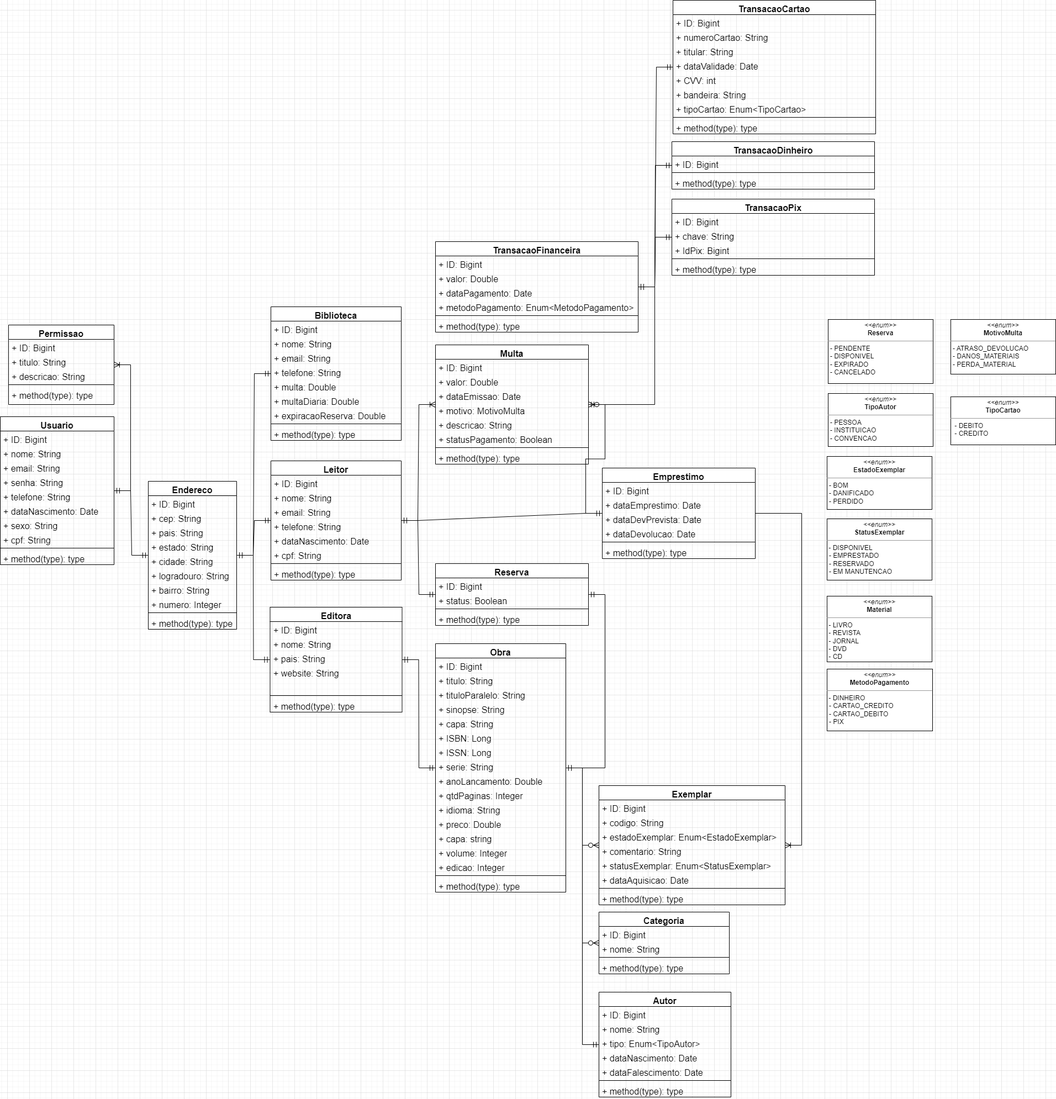
Earlier version of the draw.io export assets/Biblitech diagrama de classe.png (Algorithm-Aces/BiblioTech). Source tidied: cells renumbered, new cells last; positions are measured from the earlier drawing's top-left corner, leaving out a move shared by most shapes.
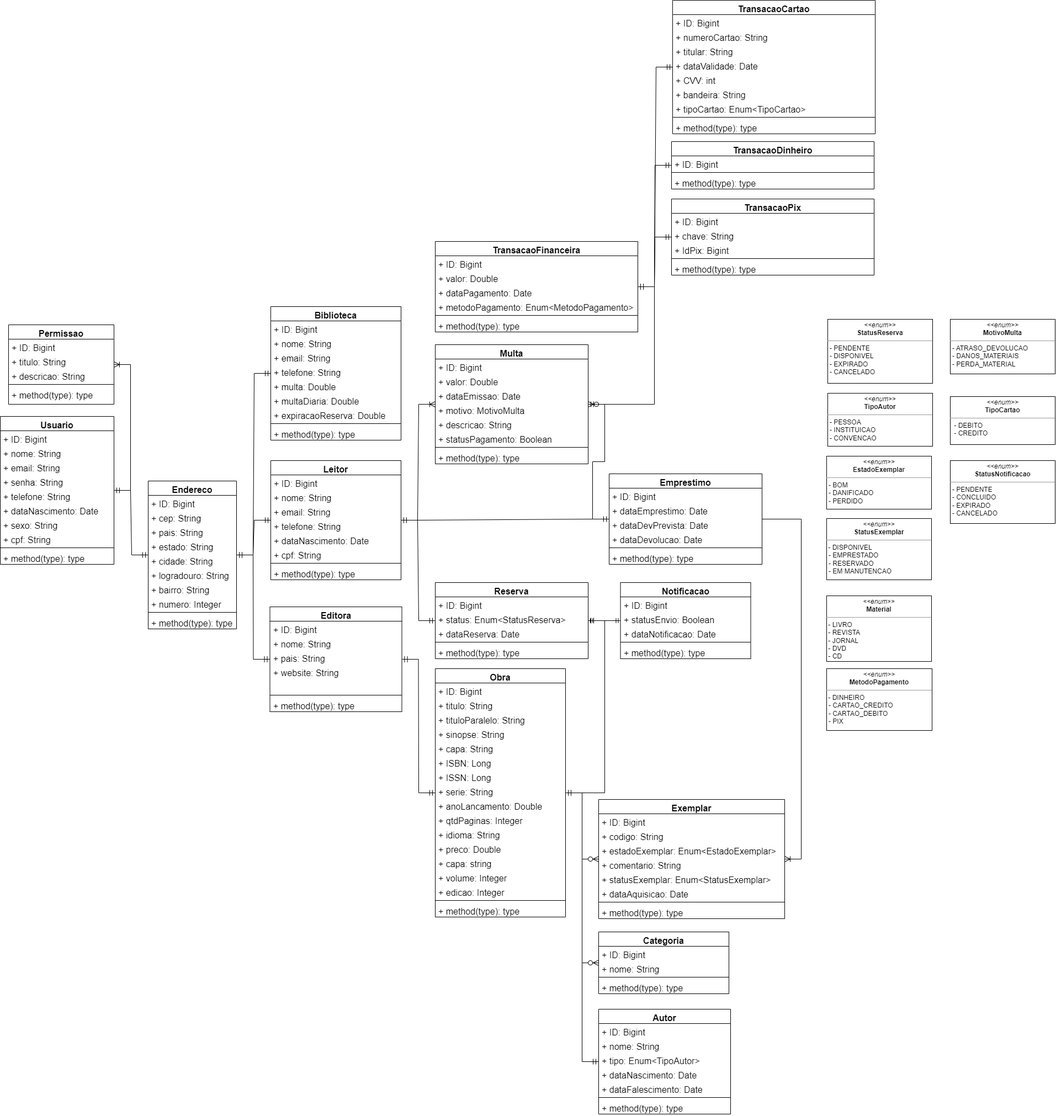
After the change.

What changed in the source:
```diff
@@ -123,7 +123,7 @@
       <mxGeometry relative="1" as="geometry" />
     </mxCell>
     <mxCell id="42" value="Exemplar" style="swimlane;fontStyle=1;align=center;verticalAlign=top;horizontal=1;startSize=26;whiteSpace=wrap;html=1;fontSize=16;" parent="1" vertex="1">
-      <mxGeometry x="1084" y="1422" width="337" height="216" as="geometry" />
+      <mxGeometry x="1084" y="1448" width="337" height="216" as="geometry" />
     </mxCell>
     <mxCell id="43" value="+ ID: Bigint" style="text;strokeColor=none;fillColor=none;align=left;verticalAlign=top;spacingLeft=4;spacingRight=4;overflow=hidden;whiteSpace=wrap;html=1;fontSize=16;" parent="42" vertex="1">
       <mxGeometry y="26" width="337" height="26" as="geometry" />
@@ -180,7 +180,7 @@
       <mxGeometry relative="1" as="geometry" />
     </mxCell>
     <mxCell id="61" value="Obra" style="swimlane;fontStyle=1;align=center;verticalAlign=top;horizontal=1;startSize=26;whiteSpace=wrap;html=1;fontSize=16;" parent="1" vertex="1">
-      <mxGeometry x="788" y="1165" width="236" height="450" as="geometry" />
+      <mxGeometry x="788" y="1211" width="236" height="450" as="geometry" />
     </mxCell>
     <mxCell id="62" value="+ ID: Bigint" style="text;strokeColor=none;fillColor=none;align=left;verticalAlign=top;spacingLeft=4;spacingRight=4;overflow=hidden;whiteSpace=wrap;html=1;fontSize=16;" parent="61" vertex="1">
       <mxGeometry y="26" width="236" height="26" as="geometry" />
@@ -237,7 +237,7 @@
       <mxGeometry relative="1" as="geometry" />
     </mxCell>
     <mxCell id="80" value="Autor" style="swimlane;fontStyle=1;align=center;verticalAlign=top;horizontal=1;startSize=26;whiteSpace=wrap;html=1;fontSize=16;" parent="1" vertex="1">
-      <mxGeometry x="1084" y="1796" width="239" height="190" as="geometry" />
+      <mxGeometry x="1084" y="1828" width="239" height="190" as="geometry" />
     </mxCell>
     <mxCell id="81" value="+ ID: Bigint" style="text;strokeColor=none;fillColor=none;align=left;verticalAlign=top;spacingLeft=4;spacingRight=4;overflow=hidden;whiteSpace=wrap;html=1;fontSize=16;" parent="80" vertex="1">
       <mxGeometry y="26" width="239" height="26" as="geometry" />
@@ -261,7 +261,7 @@
       <mxGeometry y="164" width="239" height="26" as="geometry" />
     </mxCell>
     <mxCell id="88" value="Categoria" style="swimlane;fontStyle=1;align=center;verticalAlign=top;horizontal=1;startSize=26;whiteSpace=wrap;html=1;fontSize=16;" parent="1" vertex="1">
-      <mxGeometry x="1084" y="1651" width="236" height="112" as="geometry" />
+      <mxGeometry x="1084" y="1688" width="236" height="112" as="geometry" />
     </mxCell>
     <mxCell id="89" value="+ ID: Bigint" style="text;strokeColor=none;fillColor=none;align=left;verticalAlign=top;spacingLeft=4;spacingRight=4;overflow=hidden;whiteSpace=wrap;html=1;fontSize=16;" parent="88" vertex="1">
       <mxGeometry y="26" width="236" height="26" as="geometry" />
@@ -321,7 +321,7 @@
       <mxGeometry relative="1" as="geometry" />
     </mxCell>
     <mxCell id="108" value="Emprestimo" style="swimlane;fontStyle=1;align=center;verticalAlign=top;horizontal=1;startSize=26;whiteSpace=wrap;html=1;fontSize=16;" parent="1" vertex="1">
-      <mxGeometry x="1090" y="847" width="277" height="164" as="geometry" />
+      <mxGeometry x="1103" y="858" width="277" height="164" as="geometry" />
     </mxCell>
     <mxCell id="109" value="+ ID: Bigint" style="text;strokeColor=none;fillColor=none;align=left;verticalAlign=top;spacingLeft=4;spacingRight=4;overflow=hidden;whiteSpace=wrap;html=1;fontSize=16;" parent="108" vertex="1">
       <mxGeometry y="26" width="277" height="26" as="geometry" />
@@ -348,21 +348,24 @@
       <mxGeometry relative="1" as="geometry" />
     </mxCell>
     <mxCell id="117" value="Reserva" style="swimlane;fontStyle=1;align=center;verticalAlign=top;horizontal=1;startSize=26;whiteSpace=wrap;html=1;fontSize=16;" parent="1" vertex="1">
-      <mxGeometry x="788" y="1020" width="277" height="112" as="geometry" />
+      <mxGeometry x="788" y="1055" width="277" height="138" as="geometry" />
     </mxCell>
     <mxCell id="118" value="+ ID: Bigint" style="text;strokeColor=none;fillColor=none;align=left;verticalAlign=top;spacingLeft=4;spacingRight=4;overflow=hidden;whiteSpace=wrap;html=1;fontSize=16;" parent="117" vertex="1">
       <mxGeometry y="26" width="277" height="26" as="geometry" />
     </mxCell>
-    <mxCell id="119" value="+ status: Boolean" style="text;strokeColor=none;fillColor=none;align=left;verticalAlign=top;spacingLeft=4;spacingRight=4;overflow=hidden;whiteSpace=wrap;html=1;fontSize=16;" parent="117" vertex="1">
+    <mxCell id="119" value="+ status: Enum&amp;lt;StatusReserva&amp;gt;" style="text;strokeColor=none;fillColor=none;align=left;verticalAlign=top;spacingLeft=4;spacingRight=4;overflow=hidden;whiteSpace=wrap;html=1;fontSize=16;" parent="117" vertex="1">
       <mxGeometry y="52" width="277" height="26" as="geometry" />
     </mxCell>
+    <mxCell id="173" value="+ dataReserva: Date" style="text;strokeColor=none;fillColor=none;align=left;verticalAlign=top;spacingLeft=4;spacingRight=4;overflow=hidden;whiteSpace=wrap;html=1;fontSize=16;" parent="117" vertex="1">
+      <mxGeometry y="78" width="277" height="26" as="geometry" />
+    </mxCell>
     <mxCell id="120" style="line;strokeWidth=1;fillColor=none;align=left;verticalAlign=middle;spacingTop=-1;spacingLeft=3;spacingRight=3;labelPosition=right;strokeColor=inherit;fontSize=16;" parent="117" vertex="1">
-      <mxGeometry y="78" width="277" height="8" as="geometry" />
+      <mxGeometry y="104" width="277" height="8" as="geometry" />
     </mxCell>
     <mxCell id="121" value="+ method(type): type" style="text;strokeColor=none;fillColor=none;align=left;verticalAlign=top;spacingLeft=4;spacingRight=4;overflow=hidden;whiteSpace=wrap;html=1;fontSize=16;" parent="117" vertex="1">
-      <mxGeometry y="86" width="277" height="26" as="geometry" />
+      <mxGeometry y="112" width="277" height="26" as="geometry" />
     </mxCell>
-    <mxCell id="122" value="&lt;p style=&quot;margin:0px;margin-top:4px;text-align:center;&quot;&gt;&lt;i&gt;&amp;lt;&amp;lt;enum&amp;gt;&amp;gt;&lt;/i&gt;&lt;br&gt;&lt;b&gt;Reserva&lt;/b&gt;&lt;/p&gt;&lt;hr size=&quot;1&quot;&gt;&lt;p style=&quot;margin:0px;margin-left:4px;&quot;&gt;- PENDENTE&lt;span style=&quot;background-color: initial;&quot;&gt;&lt;br&gt;&lt;/span&gt;&lt;/p&gt;&lt;p style=&quot;margin:0px;margin-left:4px;&quot;&gt;- DISPONIVEL&lt;span style=&quot;background-color: initial;&quot;&gt;&lt;br&gt;&lt;/span&gt;&lt;/p&gt;&lt;p style=&quot;margin:0px;margin-left:4px;&quot;&gt;- EXPIRADO&lt;br&gt;&lt;/p&gt;&lt;p style=&quot;margin:0px;margin-left:4px;&quot;&gt;- CANCELADO&lt;br&gt;&lt;/p&gt;" style="verticalAlign=top;align=left;overflow=fill;fontSize=12;fontFamily=Helvetica;html=1;whiteSpace=wrap;" parent="1" vertex="1">
+    <mxCell id="122" value="&lt;p style=&quot;margin:0px;margin-top:4px;text-align:center;&quot;&gt;&lt;i&gt;&amp;lt;&amp;lt;enum&amp;gt;&amp;gt;&lt;/i&gt;&lt;br&gt;&lt;b&gt;StatusReserva&lt;/b&gt;&lt;/p&gt;&lt;hr size=&quot;1&quot;&gt;&lt;p style=&quot;margin:0px;margin-left:4px;&quot;&gt;- PENDENTE&lt;span style=&quot;background-color: initial;&quot;&gt;&lt;br&gt;&lt;/span&gt;&lt;/p&gt;&lt;p style=&quot;margin:0px;margin-left:4px;&quot;&gt;- DISPONIVEL&lt;span style=&quot;background-color: initial;&quot;&gt;&lt;br&gt;&lt;/span&gt;&lt;/p&gt;&lt;p style=&quot;margin:0px;margin-left:4px;&quot;&gt;- EXPIRADO&lt;br&gt;&lt;/p&gt;&lt;p style=&quot;margin:0px;margin-left:4px;&quot;&gt;- CANCELADO&lt;br&gt;&lt;/p&gt;" style="verticalAlign=top;align=left;overflow=fill;fontSize=12;fontFamily=Helvetica;html=1;whiteSpace=wrap;" parent="1" vertex="1">
       <mxGeometry x="1499" y="578" width="190" height="116" as="geometry" />
     </mxCell>
     <mxCell id="123" style="edgeStyle=entityRelationEdgeStyle;fontSize=12;html=1;endArrow=ERmandOne;startArrow=ERmandOne;rounded=0;startSize=8;endSize=8;" parent="1" edge="1" source="51" target="117">
@@ -515,5 +518,29 @@
     <mxCell id="172" style="edgeStyle=entityRelationEdgeStyle;fontSize=12;html=1;endArrow=ERmandOne;startArrow=ERmandOne;rounded=0;startSize=8;endSize=8;" parent="1" edge="1" source="139" target="159">
       <mxGeometry relative="1" as="geometry" />
     </mxCell>
+    <mxCell id="174" value="Notificacao" style="swimlane;fontStyle=1;align=center;verticalAlign=top;horizontal=1;startSize=26;whiteSpace=wrap;html=1;fontSize=16;" parent="1" vertex="1">
+      <mxGeometry x="1123.5" y="1055" width="236" height="138" as="geometry" />
+    </mxCell>
+    <mxCell id="175" value="+ ID: Bigint" style="text;strokeColor=none;fillColor=none;align=left;verticalAlign=top;spacingLeft=4;spacingRight=4;overflow=hidden;whiteSpace=wrap;html=1;fontSize=16;" parent="174" vertex="1">
+      <mxGeometry y="26" width="236" height="26" as="geometry" />
+    </mxCell>
+    <mxCell id="176" value="+ statusEnvio: Boolean" style="text;strokeColor=none;fillColor=none;align=left;verticalAlign=top;spacingLeft=4;spacingRight=4;overflow=hidden;whiteSpace=wrap;html=1;fontSize=16;" parent="174" vertex="1">
+      <mxGeometry y="52" width="236" height="26" as="geometry" />
+    </mxCell>
+    <mxCell id="177" value="+ dataNotificacao: Date" style="text;strokeColor=none;fillColor=none;align=left;verticalAlign=top;spacingLeft=4;spacingRight=4;overflow=hidden;whiteSpace=wrap;html=1;fontSize=16;" parent="174" vertex="1">
+      <mxGeometry y="78" width="236" height="26" as="geometry" />
+    </mxCell>
+    <mxCell id="178" style="line;strokeWidth=1;fillColor=none;align=left;verticalAlign=middle;spacingTop=-1;spacingLeft=3;spacingRight=3;labelPosition=right;strokeColor=inherit;fontSize=16;" parent="174" vertex="1">
+      <mxGeometry y="104" width="236" height="8" as="geometry" />
+    </mxCell>
+    <mxCell id="179" value="+ method(type): type" style="text;strokeColor=none;fillColor=none;align=left;verticalAlign=top;spacingLeft=4;spacingRight=4;overflow=hidden;whiteSpace=wrap;html=1;fontSize=16;" parent="174" vertex="1">
+      <mxGeometry y="112" width="236" height="26" as="geometry" />
+    </mxCell>
+    <mxCell id="180" style="edgeStyle=entityRelationEdgeStyle;fontSize=12;html=1;endArrow=ERmandOne;startArrow=ERmandOne;rounded=0;" parent="1" edge="1" source="117" target="174">
+      <mxGeometry relative="1" as="geometry" />
+    </mxCell>
+    <mxCell id="181" value="&lt;p style=&quot;margin:0px;margin-top:4px;text-align:center;&quot;&gt;&lt;i&gt;&amp;lt;&amp;lt;enum&amp;gt;&amp;gt;&lt;/i&gt;&lt;br&gt;&lt;b&gt;StatusNotificacao&lt;/b&gt;&lt;/p&gt;&lt;hr size=&quot;1&quot;&gt;&lt;p style=&quot;margin:0px;margin-left:4px;&quot;&gt;- PENDENTE&lt;br&gt;&lt;/p&gt;&lt;p style=&quot;margin:0px;margin-left:4px;&quot;&gt;- CONCLUIDO&lt;/p&gt;&lt;p style=&quot;margin:0px;margin-left:4px;&quot;&gt;- EXPIRADO&lt;/p&gt;&lt;p style=&quot;margin:0px;margin-left:4px;&quot;&gt;- CANCELADO&lt;/p&gt;" style="verticalAlign=top;align=left;overflow=fill;fontSize=12;fontFamily=Helvetica;html=1;whiteSpace=wrap;" parent="1" vertex="1">
+      <mxGeometry x="1721" y="834" width="190" height="114" as="geometry" />
+    </mxCell>
   </root>
 </mxGraphModel>
```
